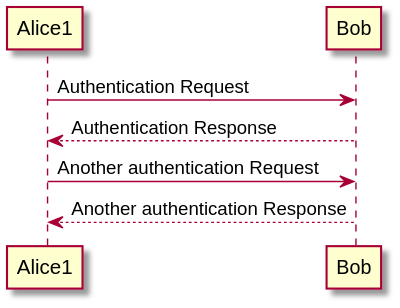
Above: diagrams/test1.svg in VamshiAnumolu/plant-uml-action (PlantUML), before the change.
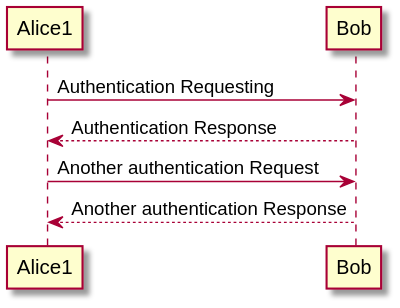
Later version of the same file.

Commit message:
Generate SVG files for PlantUML diagrams

The edit, as a diff of the source:
```diff
@@ -1,5 +1,5 @@
 @startuml
-Alice1 -> Bob: Authentication Request
+Alice1 -> Bob: Authentication Requesting
 Bob --> Alice1: Authentication Response
 
 Alice1 -> Bob: Another authentication Request
```
